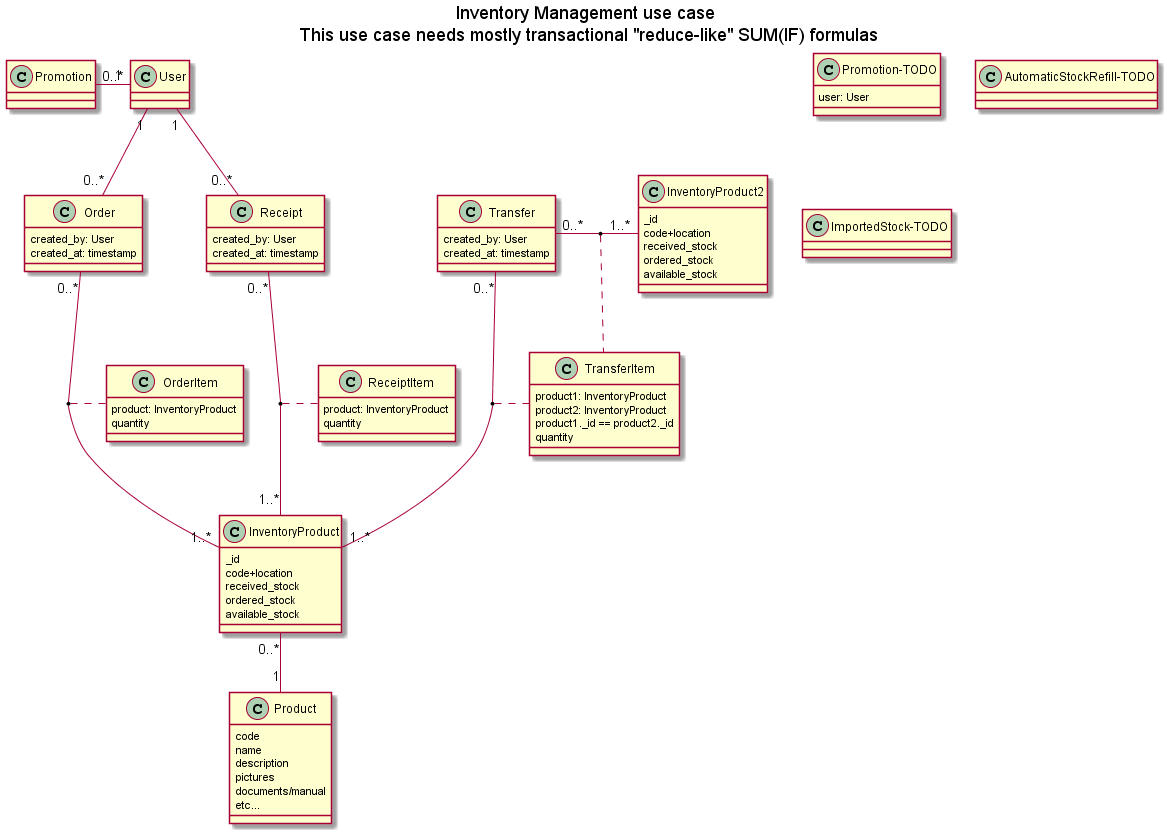
formuladb/poc1 keeps this PlantUML diagram as docs/img/docs/FormulasInventoryManagement.png. Above is the earlier version. Source of this version:
```plantuml
@startuml FormulasInventoryManagement

title Inventory Management use case \nThis use case needs mostly transactional "reduce-like" SUM(IF) formulas


class User

Order "0..*" -up- "1" User
Receipt "0..*" -up- "1" User
Promotion "0..*" - "1" User

class Product {
    code
    name
    description
    pictures
    documents/manual
    etc...
}

class InventoryProduct {
    _id
    code+location
    received_stock
    ordered_stock
    available_stock
}
class InventoryProduct2 {
    _id
    code+location
    received_stock
    ordered_stock
    available_stock
}

class Order {
  created_by: User
  created_at: timestamp
}
class OrderItem {
    product: InventoryProduct
    quantity
}
Order "0..*" -- "1..*" InventoryProduct
(Order, InventoryProduct) .. OrderItem

class Receipt {
  created_by: User
  created_at: timestamp
}
class ReceiptItem {
    product: InventoryProduct
    quantity
}
Receipt "0..*" -- "1..*" InventoryProduct
(Receipt, InventoryProduct) .. ReceiptItem

InventoryProduct "0..*" -- "1" Product


class Transfer {
  created_by: User
  created_at: timestamp
}
class TransferItem {
    product1: InventoryProduct
    product2: InventoryProduct
    product1._id == product2._id
    quantity
}
Transfer "0..*" -- "1..*" InventoryProduct
(Transfer, InventoryProduct) .. TransferItem
Transfer "0..*" - "1..*" InventoryProduct2
(Transfer, InventoryProduct2) .. TransferItem

class Promotion-TODO {
    user: User
}

class AutomaticStockRefill-TODO
class ImportedStock-TODO

@enduml
```
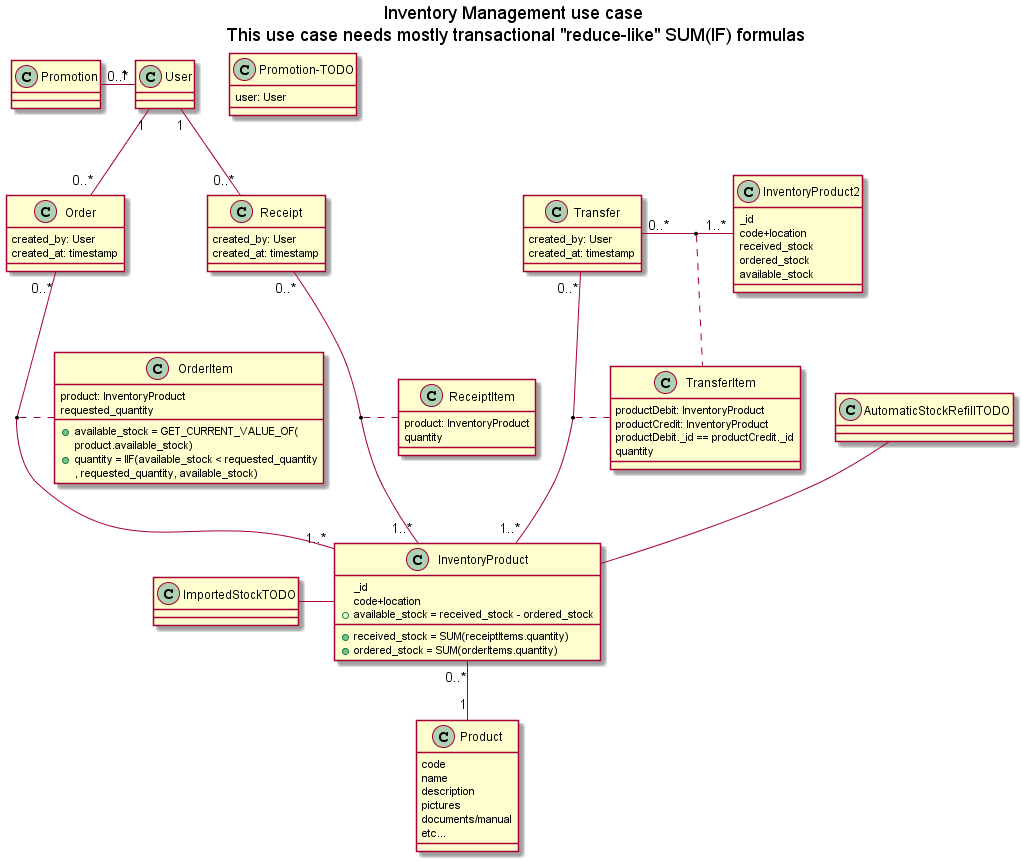
Later version of the same file.

What changed in the source:
```diff
@@ -21,9 +21,9 @@
 class InventoryProduct {
     _id
     code+location
-    received_stock
-    ordered_stock
-    available_stock
+    +received_stock = SUM(receiptItems.quantity)
+    +ordered_stock = SUM(orderItems.quantity)
+    +available_stock = received_stock - ordered_stock
 }
 class InventoryProduct2 {
     _id
@@ -39,7 +39,11 @@
 }
 class OrderItem {
     product: InventoryProduct
-    quantity
+    requested_quantity
+    +available_stock = GET_CURRENT_VALUE_OF(
+        product.available_stock)
+    +quantity = IIF(available_stock < requested_quantity
+    , requested_quantity, available_stock)
 }
 Order "0..*" -- "1..*" InventoryProduct
 (Order, InventoryProduct) .. OrderItem
@@ -63,9 +67,9 @@
   created_at: timestamp
 }
 class TransferItem {
-    product1: InventoryProduct
-    product2: InventoryProduct
-    product1._id == product2._id
+    productDebit: InventoryProduct
+    productCredit: InventoryProduct
+    productDebit._id == productCredit._id
     quantity
 }
 Transfer "0..*" -- "1..*" InventoryProduct
@@ -77,7 +81,10 @@
     user: User
 }
 
-class AutomaticStockRefill-TODO
-class ImportedStock-TODO
+class AutomaticStockRefillTODO
+class ImportedStockTODO
+
+AutomaticStockRefillTODO -- InventoryProduct
+ImportedStockTODO - InventoryProduct
 
 @enduml
```
